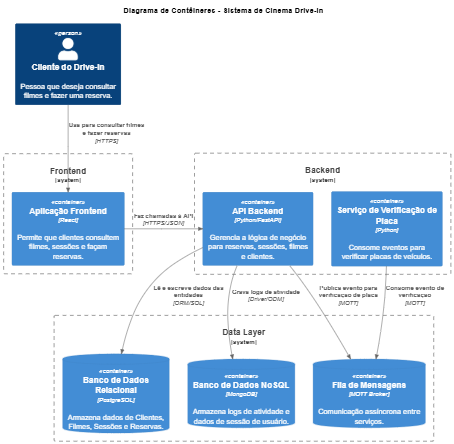
Above: docs/diagrams/containers.png in SPD-BES-2025-3/grupo2 (PlantUML), before the change. Its source is kept beside it as docs/diagrams/containers.puml.
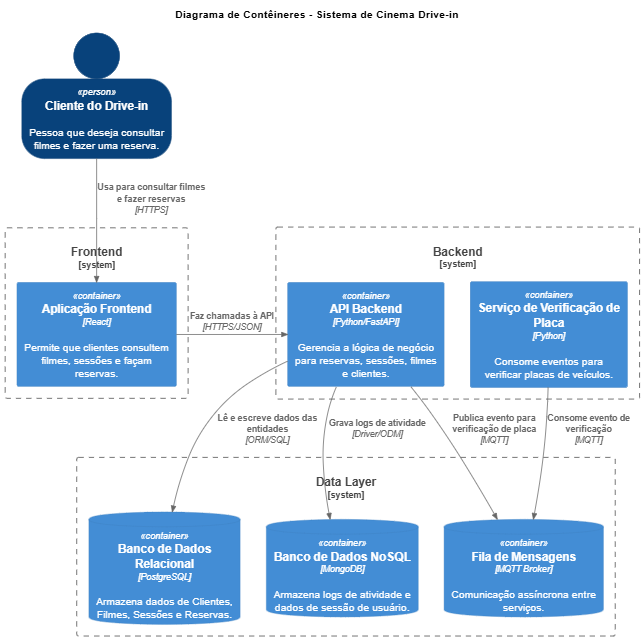
The same diagram one commit later.

Commit message:
docs: Updated class and containers diagrams

Change to the diagram source:
```diff
@@ -1,4 +1,4 @@
-@startuml
+@startuml DriveInCinema
 !include https://raw.githubusercontent.com/plantuml-stdlib/C4-PlantUML/master/C4_Container.puml
 
 top to bottom direction
```
